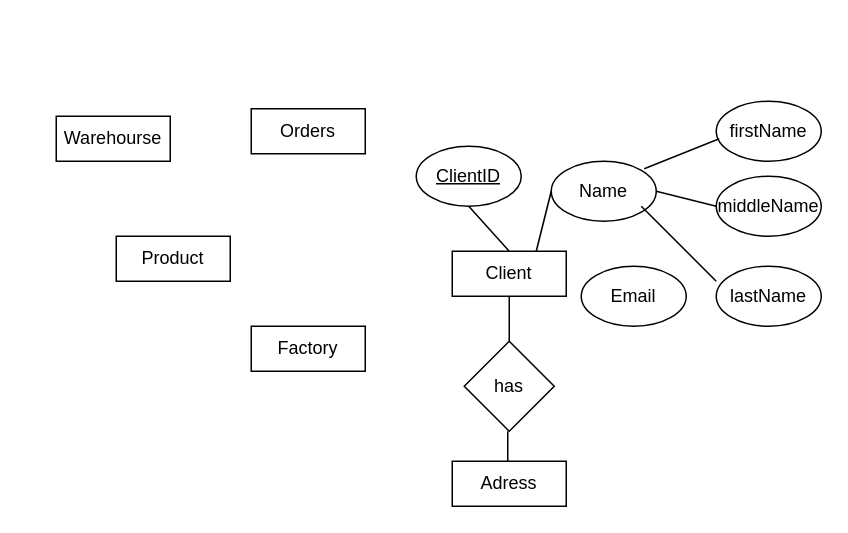
This is Untitled Diagram.drawio from xichun1021/xichun1021, a draw.io file, before an edit. Source tidied: cells renumbered, new cells numbered last; positions are measured from the earlier drawing's top-left corner, leaving out a move shared by most shapes. Both pictures are drawn from the tidied source at 150%, with x=0, y=0 at pixel (56, 100).
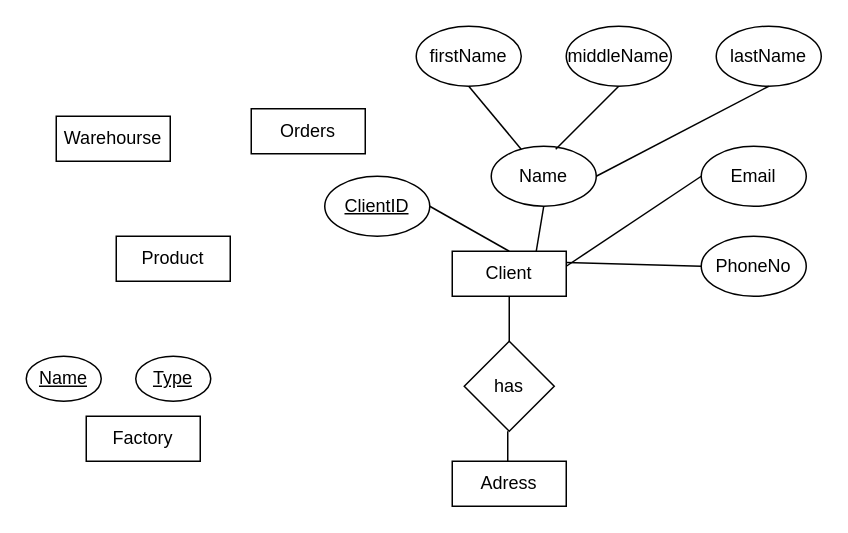
After the change.

The change refers to these unchanged cells:
```xml
<mxCell id="2" value="Client" style="rounded=0;whiteSpace=wrap;html=1;" parent="1" vertex="1">
  <mxGeometry x="264" y="100" width="76" height="30" as="geometry" />
</mxCell>
```

Diff of the diagram source:
```diff
@@
     <mxCell id="3" value="Name" style="ellipse;whiteSpace=wrap;html=1;" parent="1" vertex="1">
-      <mxGeometry x="330" y="40" width="70" height="40" as="geometry" />
+      <mxGeometry x="290" y="30" width="70" height="40" as="geometry" />
     </mxCell>
-    <mxCell id="4" style="endArrow=none;html=1;rounded=0;entryX=0;entryY=0.5;entryDx=0;entryDy=0;" parent="1" edge="1" target="3">
+    <mxCell id="4" style="endArrow=none;html=1;rounded=0;entryX=0.5;entryY=1;entryDx=0;entryDy=0;" parent="1" edge="1" target="3">
       <mxGeometry relative="1" as="geometry">
         <mxPoint x="320" y="100" as="sourcePoint" />
       </mxGeometry>
     </mxCell>
     <mxCell id="5" value="firstName" style="ellipse;whiteSpace=wrap;html=1;" parent="1" vertex="1">
-      <mxGeometry x="440" width="70" height="40" as="geometry" />
+      <mxGeometry x="240" y="-50" width="70" height="40" as="geometry" />
     </mxCell>
-    <mxCell id="6" style="endArrow=none;html=1;rounded=0;" parent="1" edge="1">
-      <mxGeometry relative="1" as="geometry">
-        <mxPoint x="392" y="45" as="sourcePoint" />
-        <mxPoint x="442" y="25" as="targetPoint" />
-      </mxGeometry>
+    <mxCell id="6" style="endArrow=none;html=1;rounded=0;entryX=0.5;entryY=1;entryDx=0;entryDy=0;" parent="1" edge="1" source="3" target="5">
+      <mxGeometry relative="1" as="geometry" />
     </mxCell>
     <mxCell id="7" value="middleName" style="ellipse;whiteSpace=wrap;html=1;" parent="1" vertex="1">
-      <mxGeometry x="440" y="50" width="70" height="40" as="geometry" />
+      <mxGeometry x="340" y="-50" width="70" height="40" as="geometry" />
     </mxCell>
-    <mxCell id="8" style="endArrow=none;html=1;rounded=0;entryX=0;entryY=0.5;entryDx=0;entryDy=0;exitX=1;exitY=0.5;exitDx=0;exitDy=0;" parent="1" edge="1" source="3" target="7">
+    <mxCell id="8" style="endArrow=none;html=1;rounded=0;entryX=0.5;entryY=1;entryDx=0;entryDy=0;exitX=0.614;exitY=0.05;exitDx=0;exitDy=0;exitPerimeter=0;" parent="1" edge="1" source="3" target="7">
       <mxGeometry relative="1" as="geometry" />
     </mxCell>
     <mxCell id="9" value="lastName" style="ellipse;whiteSpace=wrap;html=1;" parent="1" vertex="1">
-      <mxGeometry x="440" y="110" width="70" height="40" as="geometry" />
+      <mxGeometry x="440" y="-50" width="70" height="40" as="geometry" />
     </mxCell>
-    <mxCell id="10" style="endArrow=none;html=1;rounded=0;entryX=0;entryY=0.25;entryDx=0;entryDy=0;entryPerimeter=0;" parent="1" edge="1" target="9">
-      <mxGeometry relative="1" as="geometry">
-        <mxPoint x="390" y="70" as="sourcePoint" />
-      </mxGeometry>
+    <mxCell id="10" style="endArrow=none;html=1;rounded=0;entryX=0.5;entryY=1;entryDx=0;entryDy=0;exitX=1;exitY=0.5;exitDx=0;exitDy=0;" parent="1" edge="1" source="3" target="9">
+      <mxGeometry relative="1" as="geometry" />
     </mxCell>
     <mxCell id="11" value="&lt;u&gt;ClientID&lt;/u&gt;" style="ellipse;whiteSpace=wrap;html=1;" parent="1" vertex="1">
-      <mxGeometry x="240" y="30" width="70" height="40" as="geometry" />
+      <mxGeometry x="179" y="50" width="70" height="40" as="geometry" />
     </mxCell>
-    <mxCell id="12" style="endArrow=none;html=1;rounded=0;entryX=0.5;entryY=1;entryDx=0;entryDy=0;exitX=0.5;exitY=0;exitDx=0;exitDy=0;" parent="1" edge="1" source="2" target="11">
+    <mxCell id="12" style="endArrow=none;html=1;rounded=0;entryX=1;entryY=0.5;entryDx=0;entryDy=0;exitX=0.5;exitY=0;exitDx=0;exitDy=0;" parent="1" edge="1" source="2" target="11">
       <mxGeometry relative="1" as="geometry" />
     </mxCell>
@@
     <mxCell id="14" value="Factory" style="rounded=0;whiteSpace=wrap;html=1;" parent="1" vertex="1">
-      <mxGeometry x="130" y="150" width="76" height="30" as="geometry" />
+      <mxGeometry x="20" y="210" width="76" height="30" as="geometry" />
     </mxCell>
@@
     <mxCell id="21" value="Email" style="ellipse;whiteSpace=wrap;html=1;" parent="1" vertex="1">
-      <mxGeometry x="350" y="110" width="70" height="40" as="geometry" />
+      <mxGeometry x="430" y="30" width="70" height="40" as="geometry" />
     </mxCell>
+    <mxCell id="22" value="PhoneNo" style="ellipse;whiteSpace=wrap;html=1;" parent="1" vertex="1">
+      <mxGeometry x="430" y="90" width="70" height="40" as="geometry" />
+    </mxCell>
+    <mxCell id="23" style="endArrow=none;html=1;rounded=0;entryX=0;entryY=0.5;entryDx=0;entryDy=0;" parent="1" edge="1" target="21">
+      <mxGeometry relative="1" as="geometry">
+        <mxPoint x="340" y="110" as="sourcePoint" />
+      </mxGeometry>
+    </mxCell>
+    <mxCell id="24" style="endArrow=none;html=1;rounded=0;entryX=0;entryY=0.5;entryDx=0;entryDy=0;exitX=1;exitY=0.25;exitDx=0;exitDy=0;" parent="1" edge="1" source="2" target="22">
+      <mxGeometry relative="1" as="geometry" />
+    </mxCell>
+    <mxCell id="25" value="&lt;u&gt;Name&lt;/u&gt;" style="ellipse;whiteSpace=wrap;html=1;" parent="1" vertex="1">
+      <mxGeometry x="-20" y="170" width="50" height="30" as="geometry" />
+    </mxCell>
+    <mxCell id="26" value="&lt;u&gt;Type&lt;/u&gt;" style="ellipse;whiteSpace=wrap;html=1;" parent="1" vertex="1">
+      <mxGeometry x="53" y="170" width="50" height="30" as="geometry" />
+    </mxCell>
```
